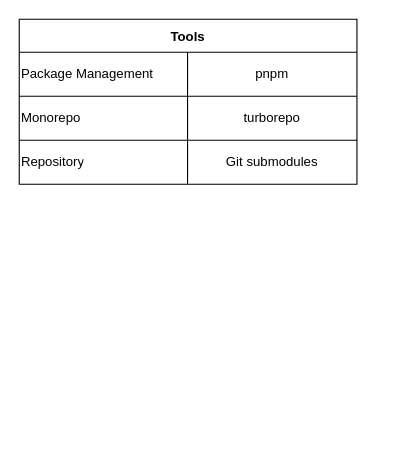
Project-Foundations/pfmf-react-root keeps this draw.io diagram as page "tools" (2 of 6) of docs/architecture.dio. Above is the earlier version. Source tidied: cells renumbered, new cells numbered last; positions are measured from the earlier drawing's top-left corner, leaving out a move shared by most shapes. Both pictures are drawn from the tidied source at 110%, with x=0, y=0 at pixel (19, 19).
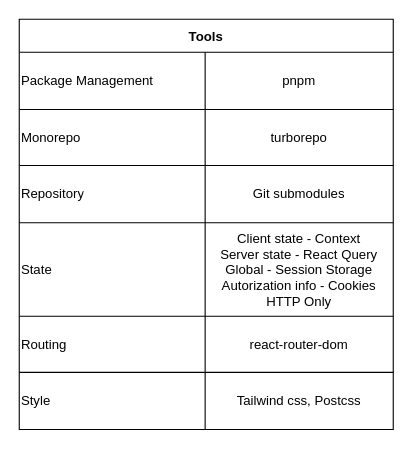
The same diagram, later.

Diff of the diagram source:
```diff
@@
     <mxCell id="2" value="Tools" style="shape=table;startSize=30;childLayout=tableLayout;fontStyle=1;align=center;" parent="1" vertex="1">
-      <mxGeometry width="307" height="150" as="geometry" />
+      <mxGeometry width="340" height="373" as="geometry" />
     </mxCell>
     <mxCell id="3" style="shape=partialRectangle;html=1;whiteSpace=wrap;fillColor=none;top=0;left=0;bottom=0;right=0;" parent="2" vertex="1">
-      <mxGeometry y="30" width="307" height="40" as="geometry" />
+      <mxGeometry y="30" width="340" height="52" as="geometry" />
     </mxCell>
     <mxCell id="4" value="Package Management" style="shape=partialRectangle;html=1;whiteSpace=wrap;fillColor=none;top=0;left=0;bottom=0;right=0;overflow=hidden;align=left;" parent="3" vertex="1">
-      <mxGeometry width="153" height="40" as="geometry" />
+      <mxGeometry width="169" height="52" as="geometry" />
     </mxCell>
     <mxCell id="5" value="pnpm" style="shape=partialRectangle;html=1;whiteSpace=wrap;fillColor=none;top=0;left=0;bottom=0;right=0;overflow=hidden;" parent="3" vertex="1">
-      <mxGeometry x="153" width="154" height="40" as="geometry" />
+      <mxGeometry x="169" width="171" height="52" as="geometry" />
     </mxCell>
     <mxCell id="6" style="shape=partialRectangle;html=1;whiteSpace=wrap;fillColor=none;top=0;left=0;bottom=0;right=0;" parent="2" vertex="1">
-      <mxGeometry y="70" width="307" height="40" as="geometry" />
+      <mxGeometry y="82" width="340" height="51" as="geometry" />
     </mxCell>
     <mxCell id="7" value="Monorepo" style="shape=partialRectangle;html=1;whiteSpace=wrap;fillColor=none;top=0;left=0;bottom=0;right=0;overflow=hidden;align=left;" parent="6" vertex="1">
-      <mxGeometry width="153" height="40" as="geometry" />
+      <mxGeometry width="169" height="51" as="geometry" />
     </mxCell>
     <mxCell id="8" value="turborepo" style="shape=partialRectangle;html=1;whiteSpace=wrap;fillColor=none;top=0;left=0;bottom=0;right=0;overflow=hidden;" parent="6" vertex="1">
-      <mxGeometry x="153" width="154" height="40" as="geometry" />
+      <mxGeometry x="169" width="171" height="51" as="geometry" />
     </mxCell>
     <mxCell id="9" style="shape=partialRectangle;html=1;whiteSpace=wrap;fillColor=none;top=0;left=0;bottom=0;right=0;" parent="2" vertex="1">
-      <mxGeometry y="110" width="307" height="40" as="geometry" />
+      <mxGeometry y="133" width="340" height="52" as="geometry" />
     </mxCell>
     <mxCell id="10" value="Repository" style="shape=partialRectangle;html=1;whiteSpace=wrap;fillColor=none;top=0;left=0;bottom=0;right=0;overflow=hidden;align=left;" parent="9" vertex="1">
-      <mxGeometry width="153" height="40" as="geometry" />
+      <mxGeometry width="169" height="52" as="geometry" />
     </mxCell>
     <mxCell id="11" value="Git submodules" style="shape=partialRectangle;html=1;whiteSpace=wrap;fillColor=none;top=0;left=0;bottom=0;right=0;overflow=hidden;" parent="9" vertex="1">
-      <mxGeometry x="153" width="154" height="40" as="geometry" />
+      <mxGeometry x="169" width="171" height="52" as="geometry" />
     </mxCell>
+    <mxCell id="12" style="shape=partialRectangle;html=1;whiteSpace=wrap;fillColor=none;top=0;left=0;bottom=0;right=0;" parent="2" vertex="1">
+      <mxGeometry y="185" width="340" height="85" as="geometry" />
+    </mxCell>
+    <mxCell id="13" value="State" style="shape=partialRectangle;html=1;whiteSpace=wrap;fillColor=none;top=0;left=0;bottom=0;right=0;overflow=hidden;align=left;" parent="12" vertex="1">
+      <mxGeometry width="169" height="85" as="geometry" />
+    </mxCell>
+    <mxCell id="14" value="Client state - Context&lt;br&gt;Server state - React Query&lt;br&gt;Global - Session Storage&lt;br&gt;Autorization info - Cookies HTTP Only" style="shape=partialRectangle;html=1;whiteSpace=wrap;fillColor=none;top=0;left=0;bottom=0;right=0;overflow=hidden;" parent="12" vertex="1">
+      <mxGeometry x="169" width="171" height="85" as="geometry" />
+    </mxCell>
+    <mxCell id="15" style="shape=partialRectangle;html=1;whiteSpace=wrap;fillColor=none;top=0;left=0;bottom=0;right=0;" parent="2" vertex="1">
+      <mxGeometry y="270" width="340" height="51" as="geometry" />
+    </mxCell>
+    <mxCell id="16" value="Routing" style="shape=partialRectangle;html=1;whiteSpace=wrap;fillColor=none;top=0;left=0;bottom=0;right=0;overflow=hidden;align=left;" parent="15" vertex="1">
+      <mxGeometry width="169" height="51" as="geometry" />
+    </mxCell>
+    <mxCell id="17" value="react-router-dom" style="shape=partialRectangle;html=1;whiteSpace=wrap;fillColor=none;top=0;left=0;bottom=0;right=0;overflow=hidden;" parent="15" vertex="1">
+      <mxGeometry x="169" width="171" height="51" as="geometry" />
+    </mxCell>
+    <mxCell id="18" style="shape=partialRectangle;html=1;whiteSpace=wrap;fillColor=none;top=0;left=0;bottom=0;right=0;" parent="2" vertex="1">
+      <mxGeometry y="321" width="340" height="52" as="geometry" />
+    </mxCell>
+    <mxCell id="19" value="Style" style="shape=partialRectangle;html=1;whiteSpace=wrap;fillColor=none;top=0;left=0;bottom=0;right=0;overflow=hidden;align=left;" parent="18" vertex="1">
+      <mxGeometry width="169" height="52" as="geometry" />
+    </mxCell>
+    <mxCell id="20" value="Tailwind css, Postcss" style="shape=partialRectangle;html=1;whiteSpace=wrap;fillColor=none;top=0;left=0;bottom=0;right=0;overflow=hidden;" parent="18" vertex="1">
+      <mxGeometry x="169" width="171" height="52" as="geometry" />
+    </mxCell>
```
